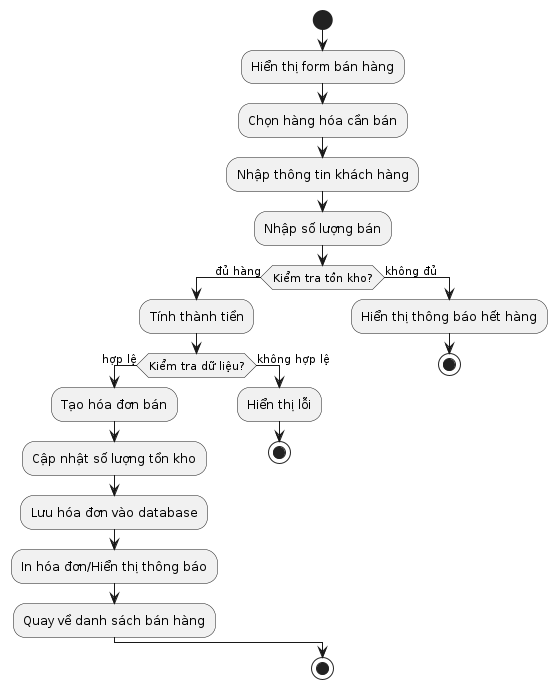
The PlantUML diagram diagrams/SalesActivity.png in Vu-Duc-Vuong/OOP_N02_T3_2_2025_Group12, before a commit. Its diagram source:
```plantuml
@startuml SalesActivity

start
:Hiển thị form bán hàng;
:Chọn hàng hóa cần bán;
:Nhập thông tin khách hàng;
:Nhập số lượng bán;
if (Kiểm tra tồn kho?) then (đủ hàng)
  :Tính thành tiền;
  if (Kiểm tra dữ liệu?) then (hợp lệ)
    :Tạo hóa đơn bán;
    :Cập nhật số lượng tồn kho;
    :Lưu hóa đơn vào database;
    :In hóa đơn/Hiển thị thông báo;
    :Quay về danh sách bán hàng;
  else (không hợp lệ)
    :Hiển thị lỗi;
    stop
  endif
else (không đủ)
  :Hiển thị thông báo hết hàng;
  stop
endif
stop

@enduml
```
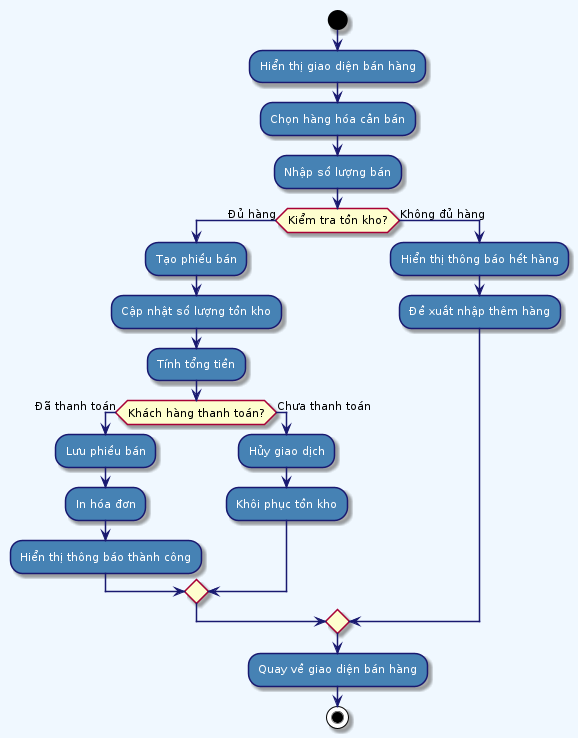
After the commit.

What changed in the source:
```diff
@@ -1,26 +1,42 @@
 @startuml SalesActivity
+skinparam backgroundColor #F0F8FF
+skinparam activity {
+    BackgroundColor #4682B4
+    BorderColor #191970
+    FontColor white
+    ArrowColor #191970
+    FontSize 11
+}
+skinparam diamond {
+    BackgroundColor #87CEEB
+    BorderColor #4682B4
+    FontColor #191970
+}
 
 start
-:Hiển thị form bán hàng;
+:Hiển thị giao diện bán hàng;
+
 :Chọn hàng hóa cần bán;
-:Nhập thông tin khách hàng;
+
 :Nhập số lượng bán;
-if (Kiểm tra tồn kho?) then (đủ hàng)
-  :Tính thành tiền;
-  if (Kiểm tra dữ liệu?) then (hợp lệ)
-    :Tạo hóa đơn bán;
+
+if (Kiểm tra tồn kho?) then (Đủ hàng)
+    :Tạo phiếu bán;
     :Cập nhật số lượng tồn kho;
-    :Lưu hóa đơn vào database;
-    :In hóa đơn/Hiển thị thông báo;
-    :Quay về danh sách bán hàng;
-  else (không hợp lệ)
-    :Hiển thị lỗi;
-    stop
-  endif
-else (không đủ)
-  :Hiển thị thông báo hết hàng;
-  stop
+    :Tính tổng tiền;
+    if (Khách hàng thanh toán?) then (Đã thanh toán)
+        :Lưu phiếu bán;
+        :In hóa đơn;
+        :Hiển thị thông báo thành công;
+    else (Chưa thanh toán)
+        :Hủy giao dịch;
+        :Khôi phục tồn kho;
+    endif
+else (Không đủ hàng)
+    :Hiển thị thông báo hết hàng;
+    :Đề xuất nhập thêm hàng;
 endif
+
+:Quay về giao diện bán hàng;
 stop
-
 @enduml
```
